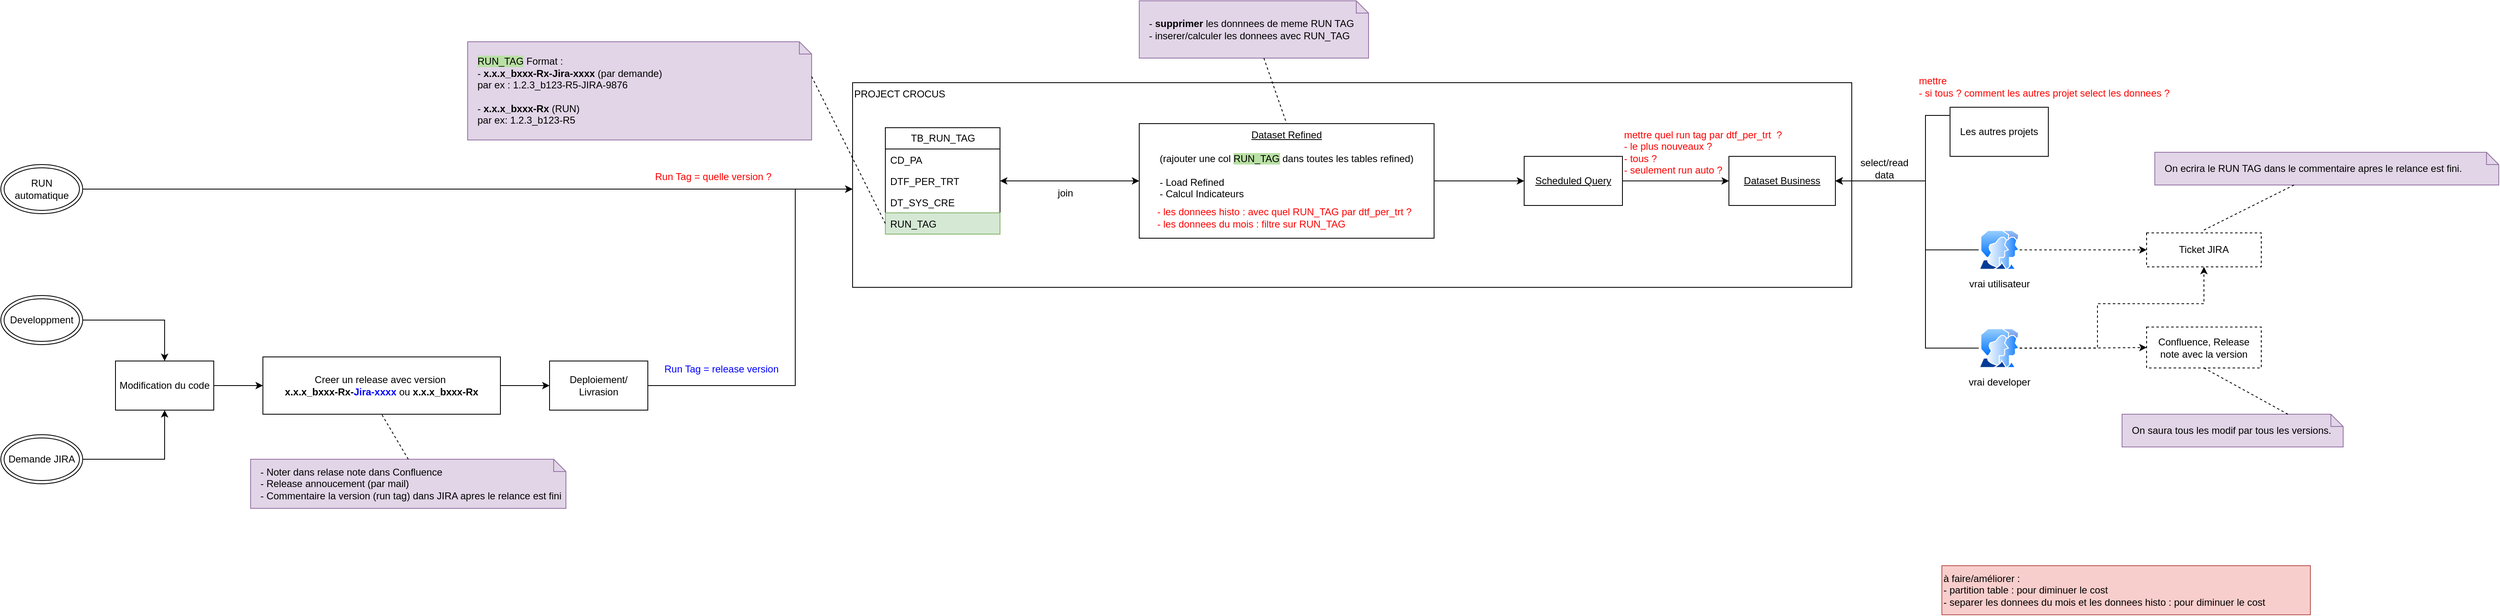
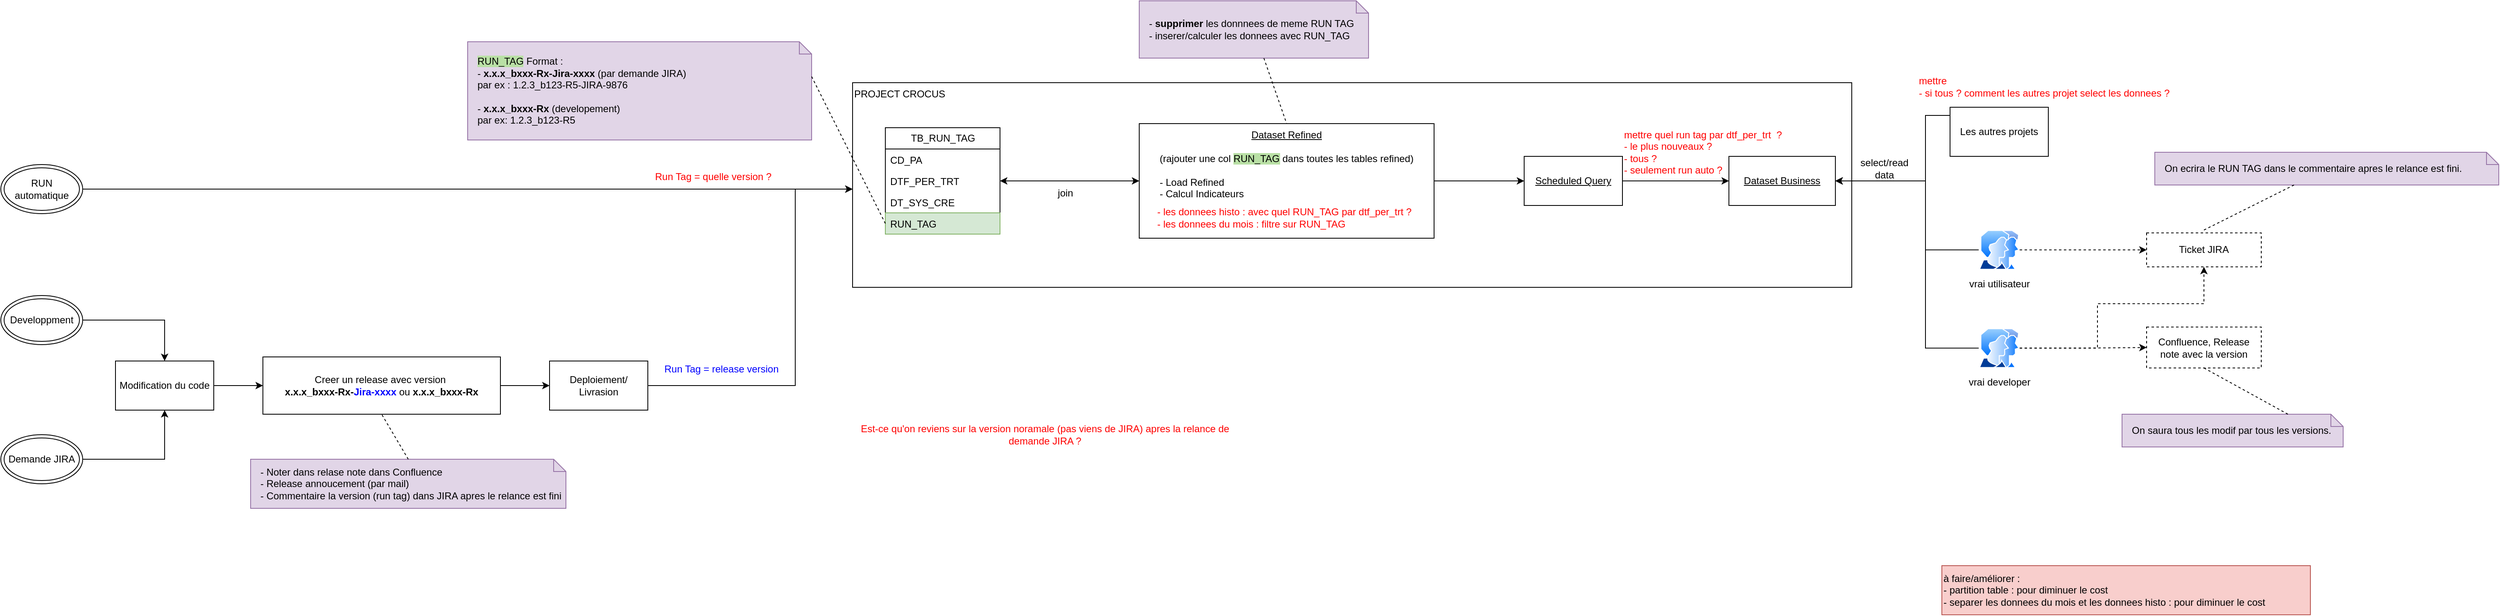
<mxfile host="app.diagrams.net">
  <diagram name="Page-1" id="bEAYSmEDHXBXhFzCy1HB">
    <mxGraphModel dx="2873" dy="1106" grid="1" gridSize="10" guides="1" tooltips="1" connect="1" arrows="1" fold="1" page="1" pageScale="1" pageWidth="827" pageHeight="1169" math="0" shadow="0">
      <root>
        <mxCell id="0" />
        <mxCell id="1" parent="0" />
        <mxCell id="QUzsFoNl6aFI_2ed8XXq-13" parent="1" style="rounded=0;whiteSpace=wrap;html=1;align=left;verticalAlign=top;" value="PROJECT CROCUS" vertex="1">
          <mxGeometry height="250" width="1220" x="380" y="140" as="geometry" />
        </mxCell>
        <mxCell id="QUzsFoNl6aFI_2ed8XXq-1" parent="1" style="swimlane;fontStyle=0;childLayout=stackLayout;horizontal=1;startSize=26;fillColor=none;horizontalStack=0;resizeParent=1;resizeParentMax=0;resizeLast=0;collapsible=1;marginBottom=0;html=1;" value="TB_RUN_TAG" vertex="1">
          <mxGeometry height="130" width="140" x="420" y="195" as="geometry" />
        </mxCell>
        <mxCell id="QUzsFoNl6aFI_2ed8XXq-2" parent="QUzsFoNl6aFI_2ed8XXq-1" style="text;strokeColor=none;fillColor=none;align=left;verticalAlign=top;spacingLeft=4;spacingRight=4;overflow=hidden;rotatable=0;points=[[0,0.5],[1,0.5]];portConstraint=eastwest;whiteSpace=wrap;html=1;" value="CD_PA" vertex="1">
          <mxGeometry height="26" width="140" y="26" as="geometry" />
        </mxCell>
        <mxCell id="QUzsFoNl6aFI_2ed8XXq-3" parent="QUzsFoNl6aFI_2ed8XXq-1" style="text;strokeColor=none;fillColor=none;align=left;verticalAlign=top;spacingLeft=4;spacingRight=4;overflow=hidden;rotatable=0;points=[[0,0.5],[1,0.5]];portConstraint=eastwest;whiteSpace=wrap;html=1;" value="DTF_PER_TRT" vertex="1">
          <mxGeometry height="26" width="140" y="52" as="geometry" />
        </mxCell>
        <mxCell id="QUzsFoNl6aFI_2ed8XXq-4" parent="QUzsFoNl6aFI_2ed8XXq-1" style="text;strokeColor=none;fillColor=none;align=left;verticalAlign=top;spacingLeft=4;spacingRight=4;overflow=hidden;rotatable=0;points=[[0,0.5],[1,0.5]];portConstraint=eastwest;whiteSpace=wrap;html=1;" value="DT_SYS_CRE" vertex="1">
          <mxGeometry height="26" width="140" y="78" as="geometry" />
        </mxCell>
        <mxCell id="QUzsFoNl6aFI_2ed8XXq-5" parent="QUzsFoNl6aFI_2ed8XXq-1" style="text;strokeColor=#82b366;fillColor=#d5e8d4;align=left;verticalAlign=top;spacingLeft=4;spacingRight=4;overflow=hidden;rotatable=0;points=[[0,0.5],[1,0.5]];portConstraint=eastwest;whiteSpace=wrap;html=1;" value="RUN_TAG" vertex="1">
          <mxGeometry height="26" width="140" y="104" as="geometry" />
        </mxCell>
-         <mxCell id="QUzsFoNl6aFI_2ed8XXq-7" parent="1" style="shape=note;size=15;align=left;spacingLeft=10;html=1;whiteSpace=wrap;fillColor=#e1d5e7;strokeColor=#9673a6;" value="&lt;span style=&quot;background-color: rgb(185, 224, 165);&quot;&gt;RUN_TAG&lt;/span&gt; Format :&amp;nbsp;&lt;div&gt;- &lt;b&gt;x.x.x_bxxx-Rx-Jira-xxxx&lt;/b&gt; (par demande)&amp;nbsp;&lt;/div&gt;&lt;div&gt;par ex : 1.2.3_b123-R5-JIRA-9876&lt;/div&gt;&lt;div&gt;&lt;br&gt;&lt;/div&gt;&lt;div&gt;-&lt;b&gt; x.x.x_bxxx-Rx&lt;/b&gt; (RUN)&lt;/div&gt;&lt;div&gt;&lt;span style=&quot;background-color: transparent; color: light-dark(rgb(0, 0, 0), rgb(255, 255, 255));&quot;&gt;par ex: 1.2.3_b123-R5&lt;/span&gt;&lt;/div&gt;" vertex="1">
+         <mxCell id="QUzsFoNl6aFI_2ed8XXq-7" parent="1" style="shape=note;size=15;align=left;spacingLeft=10;html=1;whiteSpace=wrap;fillColor=#e1d5e7;strokeColor=#9673a6;" value="&lt;span style=&quot;background-color: rgb(185, 224, 165);&quot;&gt;RUN_TAG&lt;/span&gt; Format :&amp;nbsp;&lt;div&gt;- &lt;b&gt;x.x.x_bxxx-Rx-Jira-xxxx&lt;/b&gt; (par demande JIRA)&amp;nbsp;&lt;/div&gt;&lt;div&gt;par ex : 1.2.3_b123-R5-JIRA-9876&lt;/div&gt;&lt;div&gt;&lt;br&gt;&lt;/div&gt;&lt;div&gt;-&lt;b&gt; x.x.x_bxxx-Rx&lt;/b&gt; (developement)&lt;/div&gt;&lt;div&gt;&lt;span style=&quot;background-color: transparent; color: light-dark(rgb(0, 0, 0), rgb(255, 255, 255));&quot;&gt;par ex: 1.2.3_b123-R5&lt;/span&gt;&lt;/div&gt;" vertex="1">
          <mxGeometry height="120" width="420" x="-90" y="90" as="geometry" />
        </mxCell>
        <mxCell id="QUzsFoNl6aFI_2ed8XXq-8" edge="1" parent="1" source="QUzsFoNl6aFI_2ed8XXq-7" style="edgeStyle=none;endArrow=none;exitX=0;exitY=0;dashed=1;html=1;rounded=0;entryX=0;entryY=0.5;entryDx=0;entryDy=0;exitDx=420;exitDy=42.5;exitPerimeter=0;" target="QUzsFoNl6aFI_2ed8XXq-5" value="">
          <mxGeometry relative="1" x="1" as="geometry">
            <mxPoint x="590" y="660" as="targetPoint" />
          </mxGeometry>
        </mxCell>
        <mxCell id="QUzsFoNl6aFI_2ed8XXq-10" parent="1" style="rounded=0;whiteSpace=wrap;html=1;dashed=1;" value="Confluence, Release note avec la v&lt;span style=&quot;background-color: transparent; color: light-dark(rgb(0, 0, 0), rgb(255, 255, 255));&quot;&gt;ersion&lt;/span&gt;" vertex="1">
          <mxGeometry height="50" width="140" x="1960" y="438.5" as="geometry" />
        </mxCell>
        <mxCell id="QUzsFoNl6aFI_2ed8XXq-11" parent="1" style="rounded=0;whiteSpace=wrap;html=1;dashed=1;" value="Ticket JIRA" vertex="1">
          <mxGeometry height="41.5" width="140" x="1960" y="323.5" as="geometry" />
        </mxCell>
        <mxCell id="QUzsFoNl6aFI_2ed8XXq-42" edge="1" parent="1" source="QUzsFoNl6aFI_2ed8XXq-12" style="edgeStyle=orthogonalEdgeStyle;rounded=0;orthogonalLoop=1;jettySize=auto;html=1;entryX=1;entryY=0.5;entryDx=0;entryDy=0;startArrow=classic;startFill=1;" target="QUzsFoNl6aFI_2ed8XXq-3">
          <mxGeometry relative="1" as="geometry" />
        </mxCell>
        <mxCell id="QUzsFoNl6aFI_2ed8XXq-50" edge="1" parent="1" source="QUzsFoNl6aFI_2ed8XXq-12" style="edgeStyle=orthogonalEdgeStyle;rounded=0;orthogonalLoop=1;jettySize=auto;html=1;" target="QUzsFoNl6aFI_2ed8XXq-46">
          <mxGeometry relative="1" as="geometry">
            <Array as="points" />
          </mxGeometry>
        </mxCell>
        <mxCell id="QUzsFoNl6aFI_2ed8XXq-12" parent="1" style="rounded=0;whiteSpace=wrap;html=1;verticalAlign=top;" value="&lt;u&gt;Dataset Refined&lt;/u&gt;&lt;div&gt;&lt;u&gt;&lt;br&gt;&lt;/u&gt;&lt;div&gt;(rajouter une col &lt;span style=&quot;background-color: rgb(185, 224, 165);&quot;&gt;RUN_TAG&lt;/span&gt;&lt;span&gt; &lt;/span&gt;dans toutes les tables refined)&lt;/div&gt;&lt;div&gt;&lt;br&gt;&lt;/div&gt;&lt;div style=&quot;text-align: left;&quot;&gt;- Load Refined&amp;nbsp; &amp;nbsp; &amp;nbsp; &amp;nbsp;&lt;/div&gt;&lt;div style=&quot;text-align: left;&quot;&gt;- Calcul Indicateurs&lt;/div&gt;&lt;/div&gt;" vertex="1">
          <mxGeometry height="140" width="360" x="730" y="190" as="geometry" />
        </mxCell>
        <mxCell id="QUzsFoNl6aFI_2ed8XXq-27" edge="1" parent="1" source="QUzsFoNl6aFI_2ed8XXq-33" style="edgeStyle=orthogonalEdgeStyle;rounded=0;orthogonalLoop=1;jettySize=auto;html=1;entryX=0.5;entryY=0;entryDx=0;entryDy=0;" target="QUzsFoNl6aFI_2ed8XXq-23">
          <mxGeometry relative="1" as="geometry">
            <mxPoint x="-760" y="325" as="sourcePoint" />
          </mxGeometry>
        </mxCell>
        <mxCell id="QUzsFoNl6aFI_2ed8XXq-29" edge="1" parent="1" source="QUzsFoNl6aFI_2ed8XXq-34" style="edgeStyle=orthogonalEdgeStyle;rounded=0;orthogonalLoop=1;jettySize=auto;html=1;entryX=0.5;entryY=1;entryDx=0;entryDy=0;" target="QUzsFoNl6aFI_2ed8XXq-23">
          <mxGeometry relative="1" as="geometry">
            <mxPoint x="-820" y="785" as="sourcePoint" />
          </mxGeometry>
        </mxCell>
        <mxCell id="QUzsFoNl6aFI_2ed8XXq-19" parent="1" style="text;html=1;whiteSpace=wrap;strokeColor=none;fillColor=none;align=center;verticalAlign=middle;rounded=0;fontColor=#0000FF;" value="&lt;font style=&quot;color: rgb(255, 0, 0);&quot;&gt;Run Tag = quelle version ?&lt;/font&gt;" vertex="1">
          <mxGeometry height="30" width="200" x="110" y="240" as="geometry" />
        </mxCell>
        <mxCell id="QUzsFoNl6aFI_2ed8XXq-28" edge="1" parent="1" source="QUzsFoNl6aFI_2ed8XXq-23" style="edgeStyle=orthogonalEdgeStyle;rounded=0;orthogonalLoop=1;jettySize=auto;html=1;" target="QUzsFoNl6aFI_2ed8XXq-25">
          <mxGeometry relative="1" as="geometry" />
        </mxCell>
        <mxCell id="QUzsFoNl6aFI_2ed8XXq-23" parent="1" style="rounded=0;whiteSpace=wrap;html=1;" value="Modification du code" vertex="1">
          <mxGeometry height="60" width="120" x="-520" y="480" as="geometry" />
        </mxCell>
        <mxCell id="QUzsFoNl6aFI_2ed8XXq-31" edge="1" parent="1" source="QUzsFoNl6aFI_2ed8XXq-24" style="edgeStyle=orthogonalEdgeStyle;rounded=0;orthogonalLoop=1;jettySize=auto;html=1;" target="QUzsFoNl6aFI_2ed8XXq-13">
          <mxGeometry relative="1" as="geometry">
            <Array as="points">
              <mxPoint x="310" y="510" />
              <mxPoint x="310" y="270" />
            </Array>
          </mxGeometry>
        </mxCell>
        <mxCell id="QUzsFoNl6aFI_2ed8XXq-24" parent="1" style="rounded=0;whiteSpace=wrap;html=1;" value="Deploiement/ Livrasion" vertex="1">
          <mxGeometry height="60" width="120" x="10" y="480" as="geometry" />
        </mxCell>
        <mxCell id="QUzsFoNl6aFI_2ed8XXq-30" edge="1" parent="1" source="QUzsFoNl6aFI_2ed8XXq-25" style="edgeStyle=orthogonalEdgeStyle;rounded=0;orthogonalLoop=1;jettySize=auto;html=1;entryX=0;entryY=0.5;entryDx=0;entryDy=0;" target="QUzsFoNl6aFI_2ed8XXq-24">
          <mxGeometry relative="1" as="geometry" />
        </mxCell>
        <mxCell id="QUzsFoNl6aFI_2ed8XXq-25" parent="1" style="rounded=0;whiteSpace=wrap;html=1;" value="Creer un release avec version&amp;nbsp;&lt;div&gt;&lt;span style=&quot;text-align: left;&quot;&gt;&lt;b&gt;x.x.x_bxxx-Rx-&lt;font style=&quot;color: rgb(0, 0, 255);&quot;&gt;Jira-xxxx&lt;/font&gt;&lt;/b&gt; ou&amp;nbsp;&lt;/span&gt;&lt;span style=&quot;text-align: left;&quot;&gt;&lt;b&gt;x.x.x_bxxx-Rx&lt;/b&gt;&lt;/span&gt;&lt;/div&gt;" vertex="1">
          <mxGeometry height="70" width="290" x="-340" y="475" as="geometry" />
        </mxCell>
        <mxCell id="QUzsFoNl6aFI_2ed8XXq-33" parent="1" style="ellipse;shape=doubleEllipse;whiteSpace=wrap;html=1;" value="Developpment" vertex="1">
          <mxGeometry height="60" width="100" x="-660" y="400" as="geometry" />
        </mxCell>
        <mxCell id="QUzsFoNl6aFI_2ed8XXq-34" parent="1" style="ellipse;shape=doubleEllipse;whiteSpace=wrap;html=1;" value="Demande JIRA" vertex="1">
          <mxGeometry height="60" width="100" x="-660" y="570" as="geometry" />
        </mxCell>
        <mxCell id="QUzsFoNl6aFI_2ed8XXq-36" edge="1" parent="1" source="QUzsFoNl6aFI_2ed8XXq-35" style="edgeStyle=orthogonalEdgeStyle;rounded=0;orthogonalLoop=1;jettySize=auto;html=1;" target="QUzsFoNl6aFI_2ed8XXq-13">
          <mxGeometry relative="1" as="geometry">
            <Array as="points">
              <mxPoint x="40" y="270" />
              <mxPoint x="40" y="270" />
            </Array>
          </mxGeometry>
        </mxCell>
        <mxCell id="QUzsFoNl6aFI_2ed8XXq-35" parent="1" style="ellipse;shape=doubleEllipse;whiteSpace=wrap;html=1;" value="RUN automatique" vertex="1">
          <mxGeometry height="60" width="100" x="-660" y="240" as="geometry" />
        </mxCell>
        <mxCell id="QUzsFoNl6aFI_2ed8XXq-37" parent="1" style="text;html=1;whiteSpace=wrap;strokeColor=none;fillColor=none;align=center;verticalAlign=middle;rounded=0;fontColor=#0000FF;" value="Run Tag = release version" vertex="1">
          <mxGeometry height="30" width="200" x="120" y="475" as="geometry" />
        </mxCell>
        <mxCell id="QUzsFoNl6aFI_2ed8XXq-38" parent="1" style="shape=note;size=15;align=left;spacingLeft=10;html=1;whiteSpace=wrap;fillColor=#e1d5e7;strokeColor=#9673a6;" value="- Noter dans relase note dans Confluence&lt;div&gt;- Release annoucement (par mail)&lt;/div&gt;&lt;div&gt;- Commentaire la version (run tag) dans JIRA apres le relance est fini&lt;/div&gt;" vertex="1">
          <mxGeometry height="60" width="385" x="-355" y="600" as="geometry" />
        </mxCell>
        <mxCell id="QUzsFoNl6aFI_2ed8XXq-39" edge="1" parent="1" source="QUzsFoNl6aFI_2ed8XXq-38" style="edgeStyle=none;endArrow=none;exitX=0.5;exitY=0;dashed=1;html=1;rounded=0;entryX=0.5;entryY=1;entryDx=0;entryDy=0;exitDx=0;exitDy=0;exitPerimeter=0;" target="QUzsFoNl6aFI_2ed8XXq-25" value="">
          <mxGeometry relative="1" x="1" as="geometry">
            <mxPoint x="710" y="660" as="sourcePoint" />
            <mxPoint x="762" y="510" as="targetPoint" />
          </mxGeometry>
        </mxCell>
        <mxCell id="QUzsFoNl6aFI_2ed8XXq-40" parent="1" style="shape=note;size=15;align=left;spacingLeft=10;html=1;whiteSpace=wrap;fillColor=#e1d5e7;strokeColor=#9673a6;" value="- &lt;b&gt;supprimer &lt;/b&gt;les donnnees de meme RUN TAG&lt;div&gt;- inserer/calculer les donnees avec RUN_TAG&lt;/div&gt;" vertex="1">
          <mxGeometry height="70" width="280" x="730" y="40" as="geometry" />
        </mxCell>
        <mxCell id="QUzsFoNl6aFI_2ed8XXq-41" edge="1" parent="1" source="QUzsFoNl6aFI_2ed8XXq-40" style="edgeStyle=none;endArrow=none;dashed=1;html=1;rounded=0;entryX=0.5;entryY=0;entryDx=0;entryDy=0;" target="QUzsFoNl6aFI_2ed8XXq-12" value="">
          <mxGeometry relative="1" x="1" as="geometry">
            <mxPoint x="720" y="650" as="sourcePoint" />
            <mxPoint x="772" y="500" as="targetPoint" />
          </mxGeometry>
        </mxCell>
        <mxCell id="QUzsFoNl6aFI_2ed8XXq-43" parent="1" style="text;html=1;whiteSpace=wrap;strokeColor=none;fillColor=none;align=left;verticalAlign=middle;rounded=0;" value="&lt;font style=&quot;color: rgb(255, 0, 0);&quot;&gt;- les donnees histo : avec quel RUN_TAG par dtf_per_trt ?&lt;/font&gt;&lt;div&gt;&lt;font style=&quot;color: rgb(255, 0, 0);&quot;&gt;- les donnees du mois : f&lt;/font&gt;&lt;span style=&quot;color: light-dark(rgb(255, 0, 0), rgb(255, 144, 144)); background-color: transparent;&quot;&gt;iltre sur RUN_TAG&lt;/span&gt;&lt;/div&gt;" vertex="1">
          <mxGeometry height="30" width="330" x="750" y="290" as="geometry" />
        </mxCell>
        <mxCell id="QUzsFoNl6aFI_2ed8XXq-45" parent="1" style="rounded=0;whiteSpace=wrap;html=1;" value="&lt;u&gt;Dataset Business&lt;/u&gt;" vertex="1">
          <mxGeometry height="60" width="130" x="1450" y="230" as="geometry" />
        </mxCell>
        <mxCell id="QUzsFoNl6aFI_2ed8XXq-48" edge="1" parent="1" source="QUzsFoNl6aFI_2ed8XXq-46" style="edgeStyle=orthogonalEdgeStyle;rounded=0;orthogonalLoop=1;jettySize=auto;html=1;" target="QUzsFoNl6aFI_2ed8XXq-45">
          <mxGeometry relative="1" as="geometry" />
        </mxCell>
        <mxCell id="QUzsFoNl6aFI_2ed8XXq-46" parent="1" style="rounded=0;whiteSpace=wrap;html=1;" value="&lt;u&gt;Scheduled Query&lt;/u&gt;" vertex="1">
          <mxGeometry height="60" width="120" x="1200" y="230" as="geometry" />
        </mxCell>
        <mxCell id="QUzsFoNl6aFI_2ed8XXq-51" parent="1" style="text;html=1;whiteSpace=wrap;strokeColor=none;fillColor=none;align=left;verticalAlign=middle;rounded=0;fontColor=#FF0000;" value="mettre quel run tag par dtf_per_trt&amp;nbsp;&amp;nbsp;?&amp;nbsp;&lt;div&gt;- le plus nouveaux ?&lt;/div&gt;&lt;div&gt;- tous ?&lt;/div&gt;&lt;div&gt;- seulement run auto ?&lt;/div&gt;" vertex="1">
          <mxGeometry height="30" width="370" x="1320" y="210" as="geometry" />
        </mxCell>
        <mxCell id="QUzsFoNl6aFI_2ed8XXq-59" edge="1" parent="1" source="QUzsFoNl6aFI_2ed8XXq-52" style="edgeStyle=orthogonalEdgeStyle;rounded=0;orthogonalLoop=1;jettySize=auto;html=1;entryX=1;entryY=0.5;entryDx=0;entryDy=0;" target="QUzsFoNl6aFI_2ed8XXq-45">
          <mxGeometry relative="1" as="geometry">
            <Array as="points">
              <mxPoint x="1690" y="180" />
              <mxPoint x="1690" y="260" />
            </Array>
          </mxGeometry>
        </mxCell>
        <mxCell id="QUzsFoNl6aFI_2ed8XXq-52" parent="1" style="rounded=0;whiteSpace=wrap;html=1;" value="Les autres projets" vertex="1">
          <mxGeometry height="60" width="120" x="1720" y="170" as="geometry" />
        </mxCell>
        <mxCell id="QUzsFoNl6aFI_2ed8XXq-58" edge="1" parent="1" source="QUzsFoNl6aFI_2ed8XXq-57" style="edgeStyle=orthogonalEdgeStyle;rounded=0;orthogonalLoop=1;jettySize=auto;html=1;entryX=1;entryY=0.5;entryDx=0;entryDy=0;" target="QUzsFoNl6aFI_2ed8XXq-45">
          <mxGeometry relative="1" as="geometry">
            <Array as="points">
              <mxPoint x="1690" y="344" />
              <mxPoint x="1690" y="260" />
            </Array>
          </mxGeometry>
        </mxCell>
        <mxCell id="QUzsFoNl6aFI_2ed8XXq-65" edge="1" parent="1" source="QUzsFoNl6aFI_2ed8XXq-57" style="edgeStyle=orthogonalEdgeStyle;rounded=0;orthogonalLoop=1;jettySize=auto;html=1;dashed=1;" target="QUzsFoNl6aFI_2ed8XXq-11">
          <mxGeometry relative="1" as="geometry" />
        </mxCell>
        <mxCell id="QUzsFoNl6aFI_2ed8XXq-57" parent="1" style="image;aspect=fixed;perimeter=ellipsePerimeter;html=1;align=center;shadow=0;dashed=0;spacingTop=3;image=img/lib/active_directory/user_accounts.svg;" value="vrai utilisateur" vertex="1">
          <mxGeometry height="48.5" width="50" x="1755" y="320" as="geometry" />
        </mxCell>
        <mxCell id="QUzsFoNl6aFI_2ed8XXq-60" parent="1" style="text;html=1;whiteSpace=wrap;strokeColor=none;fillColor=none;align=center;verticalAlign=middle;rounded=0;" value="select/read data" vertex="1">
          <mxGeometry height="30" width="60" x="1610" y="230" as="geometry" />
        </mxCell>
        <mxCell id="QUzsFoNl6aFI_2ed8XXq-63" edge="1" parent="1" source="QUzsFoNl6aFI_2ed8XXq-62" style="edgeStyle=orthogonalEdgeStyle;rounded=0;orthogonalLoop=1;jettySize=auto;html=1;entryX=1;entryY=0.5;entryDx=0;entryDy=0;" target="QUzsFoNl6aFI_2ed8XXq-45">
          <mxGeometry relative="1" as="geometry">
            <Array as="points">
              <mxPoint x="1690" y="464" />
              <mxPoint x="1690" y="260" />
            </Array>
          </mxGeometry>
        </mxCell>
        <mxCell id="QUzsFoNl6aFI_2ed8XXq-66" edge="1" parent="1" source="QUzsFoNl6aFI_2ed8XXq-62" style="edgeStyle=orthogonalEdgeStyle;rounded=0;orthogonalLoop=1;jettySize=auto;html=1;dashed=1;" target="QUzsFoNl6aFI_2ed8XXq-10">
          <mxGeometry relative="1" as="geometry" />
        </mxCell>
        <mxCell id="QUzsFoNl6aFI_2ed8XXq-68" edge="1" parent="1" source="QUzsFoNl6aFI_2ed8XXq-62" style="edgeStyle=orthogonalEdgeStyle;rounded=0;orthogonalLoop=1;jettySize=auto;html=1;entryX=0.5;entryY=1;entryDx=0;entryDy=0;dashed=1;" target="QUzsFoNl6aFI_2ed8XXq-11">
          <mxGeometry relative="1" as="geometry">
            <Array as="points">
              <mxPoint x="1900" y="464" />
              <mxPoint x="1900" y="410" />
              <mxPoint x="2030" y="410" />
            </Array>
          </mxGeometry>
        </mxCell>
        <mxCell id="QUzsFoNl6aFI_2ed8XXq-62" parent="1" style="image;aspect=fixed;perimeter=ellipsePerimeter;html=1;align=center;shadow=0;dashed=0;spacingTop=3;image=img/lib/active_directory/user_accounts.svg;" value="vrai developer" vertex="1">
          <mxGeometry height="48.5" width="50" x="1755" y="440" as="geometry" />
        </mxCell>
        <mxCell id="QUzsFoNl6aFI_2ed8XXq-69" parent="1" style="shape=note;size=15;align=left;spacingLeft=10;html=1;whiteSpace=wrap;fillColor=#e1d5e7;strokeColor=#9673a6;" value="On ecrira le RUN TAG dans le commentaire apres le relance est fini." vertex="1">
          <mxGeometry height="40" width="420" x="1970" y="225" as="geometry" />
        </mxCell>
        <mxCell id="QUzsFoNl6aFI_2ed8XXq-70" edge="1" parent="1" source="QUzsFoNl6aFI_2ed8XXq-69" style="edgeStyle=none;endArrow=none;dashed=1;html=1;rounded=0;" value="">
          <mxGeometry relative="1" x="1" as="geometry">
            <mxPoint x="970" y="210" as="sourcePoint" />
            <mxPoint x="2030" y="320" as="targetPoint" />
          </mxGeometry>
        </mxCell>
        <mxCell id="QUzsFoNl6aFI_2ed8XXq-71" parent="1" style="shape=note;size=15;align=left;spacingLeft=10;html=1;whiteSpace=wrap;fillColor=#e1d5e7;strokeColor=#9673a6;" value="On saura tous les modif par tous les versions." vertex="1">
          <mxGeometry height="40" width="270" x="1930" y="545" as="geometry" />
        </mxCell>
        <mxCell id="QUzsFoNl6aFI_2ed8XXq-72" edge="1" parent="1" source="QUzsFoNl6aFI_2ed8XXq-71" style="edgeStyle=none;endArrow=none;dashed=1;html=1;rounded=0;entryX=0.5;entryY=1;entryDx=0;entryDy=0;exitX=0;exitY=0;exitDx=202.5;exitDy=0;exitPerimeter=0;" target="QUzsFoNl6aFI_2ed8XXq-10" value="">
          <mxGeometry relative="1" x="1" as="geometry">
            <mxPoint x="2180" y="470" as="sourcePoint" />
            <mxPoint x="2070" y="525" as="targetPoint" />
          </mxGeometry>
        </mxCell>
        <mxCell id="QUzsFoNl6aFI_2ed8XXq-73" parent="1" style="text;html=1;whiteSpace=wrap;strokeColor=none;fillColor=none;align=left;verticalAlign=middle;rounded=0;fontColor=#FF0000;" value="mettre&amp;nbsp;&lt;div&gt;&lt;span style=&quot;background-color: transparent; color: light-dark(rgb(255, 0, 0), rgb(255, 144, 144));&quot;&gt;- si tous ? comment les autres projet select les donnees ?&lt;/span&gt;&lt;/div&gt;" vertex="1">
          <mxGeometry height="30" width="370" x="1680" y="130" as="geometry" />
        </mxCell>
        <mxCell id="QUzsFoNl6aFI_2ed8XXq-74" parent="1" style="rounded=0;whiteSpace=wrap;html=1;align=left;fillColor=#f8cecc;strokeColor=#b85450;" value="à faire/améliorer :&lt;div&gt;- partition table : pour diminuer le cost&lt;/div&gt;&lt;div&gt;- separer les donnees du mois et les donnees histo&amp;nbsp;&lt;span style=&quot;background-color: transparent; color: light-dark(rgb(0, 0, 0), rgb(255, 255, 255));&quot;&gt;: pour diminuer le cost&lt;/span&gt;&lt;/div&gt;" vertex="1">
          <mxGeometry height="60" width="450" x="1710" y="730" as="geometry" />
        </mxCell>
        <mxCell id="QUzsFoNl6aFI_2ed8XXq-76" parent="1" style="text;html=1;whiteSpace=wrap;strokeColor=none;fillColor=none;align=center;verticalAlign=middle;rounded=0;" value="join" vertex="1">
          <mxGeometry height="30" width="60" x="610" y="260" as="geometry" />
+         </mxCell>
+         <mxCell id="QUzsFoNl6aFI_2ed8XXq-77" parent="1" style="text;html=1;whiteSpace=wrap;strokeColor=none;fillColor=none;align=center;verticalAlign=middle;rounded=0;fontColor=#FF0000;" value="Est-ce qu&#39;on reviens sur la version noramale (pas viens de JIRA) apres la relance de demande JIRA ?" vertex="1">
+           <mxGeometry height="30" width="470" x="380" y="555" as="geometry" />
        </mxCell>
      </root>
    </mxGraphModel>
  </diagram>
</mxfile>
